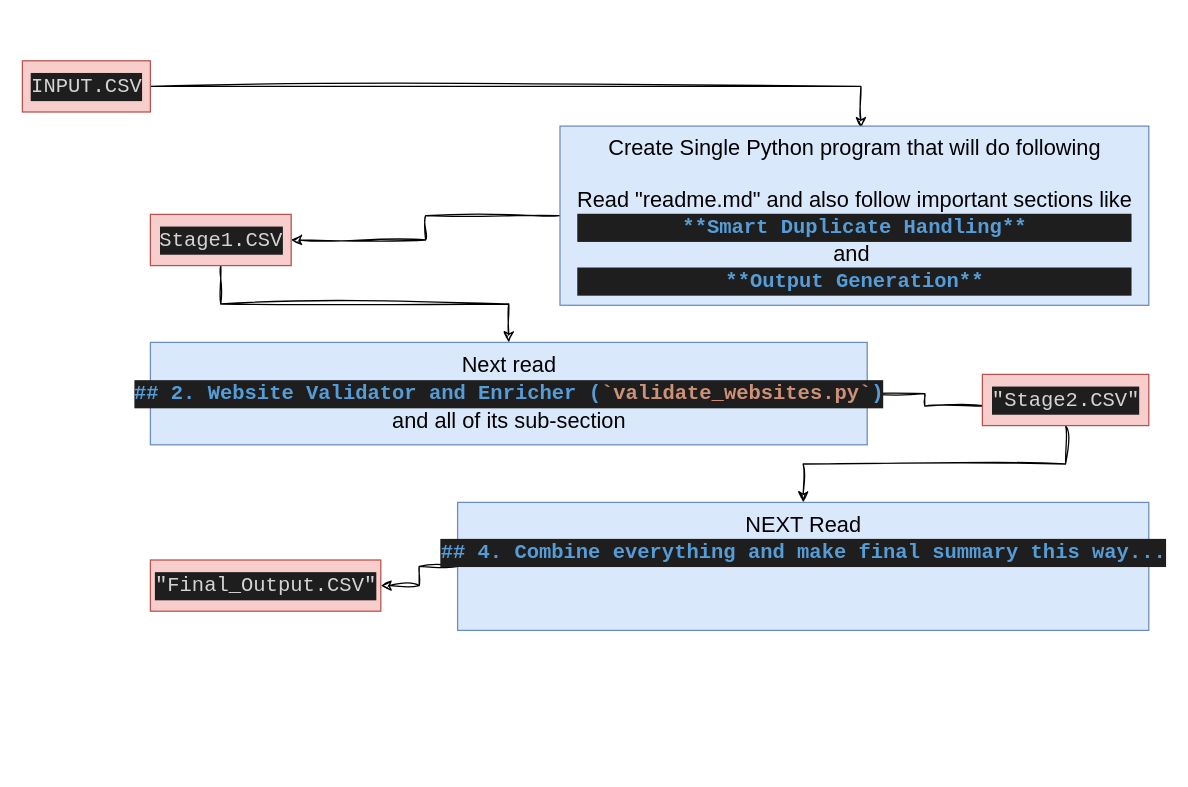
Above: tryPEN-Tool.drawio in anjali52deb/draw-io (draw.io), before the change. Source tidied: cells renumbered, new cells numbered last; positions are measured from the earlier drawing's top-left corner, leaving out a move shared by most shapes. Both pictures are drawn from the tidied source at 128%, with x=0, y=0 at pixel (22, 60).
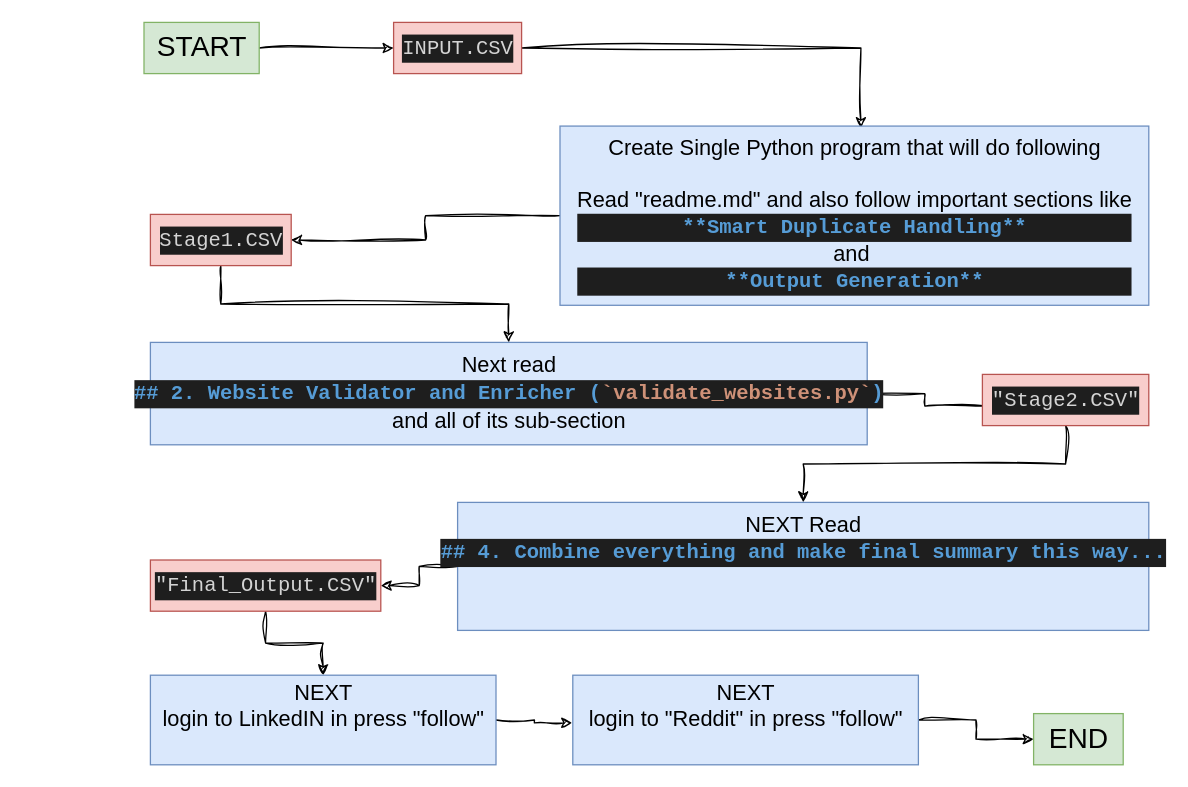
After the change.

Unchanged cells that the change refers to:
```xml
<mxCell id="14" value="&lt;div style=&quot;color: #d4d4d4;background-color: #1e1e1e;font-family: Consolas, 'Courier New', monospace;font-weight: normal;font-size: 16px;line-height: 22px;white-space: pre;&quot;&gt;&lt;div&gt;&lt;span style=&quot;color: #d4d4d4;&quot;&gt;&quot;Final_Output.CSV&quot;&lt;/span&gt;&lt;/div&gt;&lt;/div&gt;" style="text;html=1;align=center;verticalAlign=middle;points=[];strokeColor=#b85450;fillColor=#f8cecc;fontFamily=Helvetica;fontSize=17;" parent="1" vertex="1">
  <mxGeometry x="100" y="390" width="180" height="40" as="geometry" />
</mxCell>
```

The edit, as a diff of the source:
```diff
@@
     <mxCell id="3" value="&lt;div style=&quot;color: #d4d4d4;background-color: #1e1e1e;font-family: Consolas, 'Courier New', monospace;font-weight: normal;font-size: 16px;line-height: 22px;white-space: pre;&quot;&gt;&lt;div&gt;&lt;span style=&quot;color: #d4d4d4;&quot;&gt;INPUT.CSV&lt;/span&gt;&lt;/div&gt;&lt;/div&gt;" style="text;html=1;align=center;verticalAlign=middle;points=[];strokeColor=#b85450;fillColor=#f8cecc;fontFamily=Helvetica;fontSize=17;" parent="1" vertex="1">
-      <mxGeometry width="100" height="40" as="geometry" />
+      <mxGeometry x="290" y="-30" width="100" height="40" as="geometry" />
     </mxCell>
@@
+    <mxCell id="15" style="edgeStyle=orthogonalEdgeStyle;rounded=0;sketch=1;hachureGap=4;jiggle=2;curveFitting=1;jettySize=auto;html=1;fontFamily=Architects Daughter;" parent="1" edge="1" source="14" target="17">
+      <mxGeometry relative="1" as="geometry" />
+    </mxCell>
@@
+    <mxCell id="16" style="edgeStyle=orthogonalEdgeStyle;rounded=0;sketch=1;hachureGap=4;jiggle=2;curveFitting=1;jettySize=auto;html=1;fontFamily=Architects Daughter;entryX=-0.002;entryY=0.533;entryDx=0;entryDy=0;entryPerimeter=0;" parent="1" edge="1" source="17" target="19">
+      <mxGeometry relative="1" as="geometry" />
+    </mxCell>
+    <mxCell id="17" value="NEXT &lt;br&gt;login to LinkedIN in press &quot;follow&quot;&lt;div&gt;&lt;br&gt;&lt;/div&gt;" style="text;html=1;align=center;verticalAlign=middle;points=[];strokeColor=#6c8ebf;fillColor=#dae8fc;fontFamily=Helvetica;fontSize=17;" parent="1" vertex="1">
+      <mxGeometry x="100" y="480" width="270" height="70" as="geometry" />
+    </mxCell>
+    <mxCell id="18" style="edgeStyle=orthogonalEdgeStyle;rounded=0;sketch=1;hachureGap=4;jiggle=2;curveFitting=1;jettySize=auto;html=1;fontFamily=Architects Daughter;" parent="1" edge="1" source="19" target="22">
+      <mxGeometry relative="1" as="geometry" />
+    </mxCell>
+    <mxCell id="19" value="NEXT &lt;br&gt;login to &quot;Reddit&quot; in press &quot;follow&quot;&lt;div&gt;&lt;br&gt;&lt;/div&gt;" style="text;html=1;align=center;verticalAlign=middle;points=[];strokeColor=#6c8ebf;fillColor=#dae8fc;fontFamily=Helvetica;fontSize=17;" parent="1" vertex="1">
+      <mxGeometry x="430" y="480" width="270" height="70" as="geometry" />
+    </mxCell>
+    <mxCell id="20" style="edgeStyle=orthogonalEdgeStyle;rounded=0;sketch=1;hachureGap=4;jiggle=2;curveFitting=1;jettySize=auto;html=1;fontFamily=Architects Daughter;" parent="1" edge="1" source="21" target="3">
+      <mxGeometry relative="1" as="geometry" />
+    </mxCell>
+    <mxCell id="21" value="START" style="text;html=1;align=center;verticalAlign=middle;points=[];strokeColor=#82b366;fillColor=#d5e8d4;fontFamily=Helvetica;fontSize=22;" parent="1" vertex="1">
+      <mxGeometry x="95" y="-30" width="90" height="40" as="geometry" />
+    </mxCell>
+    <mxCell id="22" value="END" style="text;html=1;align=center;verticalAlign=middle;points=[];strokeColor=#82b366;fillColor=#d5e8d4;fontFamily=Helvetica;fontSize=22;" parent="1" vertex="1">
+      <mxGeometry x="790" y="510" width="70" height="40" as="geometry" />
+    </mxCell>
```
